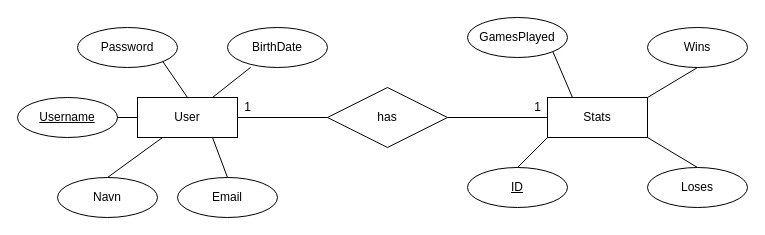
Above: Dokumentation/ER-Diagram.drawio in MarcusBou/KortKlubben (draw.io), before the change. Source tidied: cells renumbered, new cells numbered last; positions are measured from the earlier drawing's top-left corner, leaving out a move shared by most shapes. Both pictures are drawn from the tidied source at 100%, with x=0, y=0 at pixel (17, 17).
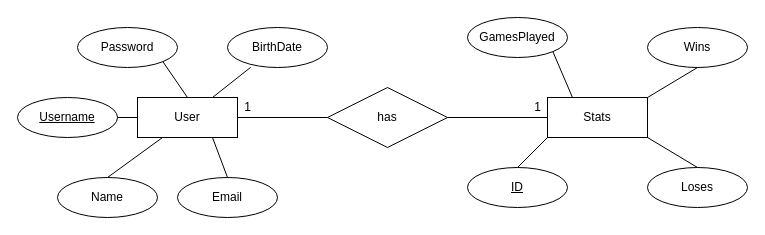
The same diagram, later.

Diff of the diagram source:
```diff
@@
-    <mxCell id="19" value="Navn" style="ellipse;whiteSpace=wrap;html=1;align=center;" parent="1" vertex="1">
+    <mxCell id="19" value="Name" style="ellipse;whiteSpace=wrap;html=1;align=center;" parent="1" vertex="1">
       <mxGeometry x="40" y="160" width="100" height="40" as="geometry" />
     </mxCell>
```
